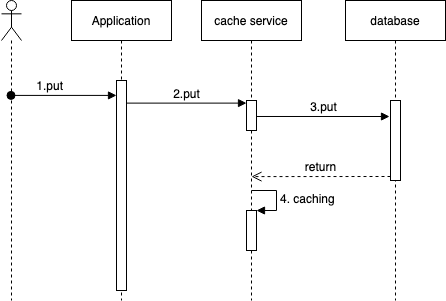
This is Write-Through.png from GallantKong/diagram, a draw.io export, as it was before one commit. Source tidied: cells renumbered, new cells last; positions are measured from the earlier drawing's top-left corner, leaving out a move shared by most shapes.
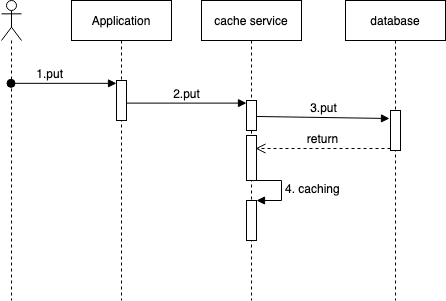
After the commit.

The edit, as a diff of the source:
```diff
@@ -9,7 +9,7 @@
       <mxGeometry x="70" width="100" height="300" as="geometry" />
     </mxCell>
     <mxCell id="4" style="html=1;points=[];perimeter=orthogonalPerimeter;" parent="3" vertex="1">
-      <mxGeometry x="45" y="80" width="10" height="210" as="geometry" />
+      <mxGeometry x="45" y="80" width="10" height="40" as="geometry" />
     </mxCell>
     <mxCell id="5" value="cache service" style="shape=umlLifeline;perimeter=lifelinePerimeter;whiteSpace=wrap;html=1;outlineConnect=0;" parent="1" vertex="1">
       <mxGeometry x="200" width="100" height="300" as="geometry" />
@@ -17,14 +17,17 @@
     <mxCell id="6" style="html=1;points=[];perimeter=orthogonalPerimeter;" parent="5" vertex="1">
       <mxGeometry x="45" y="100" width="10" height="30" as="geometry" />
     </mxCell>
-    <mxCell id="7" style="html=1;points=[];perimeter=orthogonalPerimeter;" parent="5" vertex="1">
-      <mxGeometry x="45" y="210" width="10" height="40" as="geometry" />
-    </mxCell>
+    <mxCell id="15" style="html=1;perimeter=orthogonalPerimeter;" parent="5" vertex="1">
+      <mxGeometry x="45" y="135" width="10" height="45" as="geometry" />
+    </mxCell>
+    <mxCell id="16" style="html=1;points=[];perimeter=orthogonalPerimeter;" parent="5" vertex="1">
+      <mxGeometry x="45" y="200" width="10" height="40" as="geometry" />
+    </mxCell>
-    <mxCell id="8" value="4. caching" style="edgeStyle=orthogonalEdgeStyle;html=1;align=left;spacingLeft=2;endArrow=block;rounded=0;entryX=1;entryY=0;" parent="5" edge="1" target="7">
+    <mxCell id="8" value="4. caching" style="edgeStyle=orthogonalEdgeStyle;html=1;align=left;spacingLeft=2;endArrow=block;rounded=0;entryX=1;entryY=0;" parent="5" edge="1" target="16">
       <mxGeometry relative="1" as="geometry">
-        <mxPoint x="50" y="190" as="sourcePoint" />
+        <mxPoint x="50" y="180" as="sourcePoint" />
         <Array as="points">
-          <mxPoint x="75" y="190" />
+          <mxPoint x="80" y="180" />
         </Array>
       </mxGeometry>
     </mxCell>
@@ -32,7 +35,7 @@
       <mxGeometry x="344" width="100" height="300" as="geometry" />
     </mxCell>
     <mxCell id="10" style="html=1;points=[];perimeter=orthogonalPerimeter;" parent="9" vertex="1">
-      <mxGeometry x="45" y="100" width="10" height="80" as="geometry" />
+      <mxGeometry x="45" y="110" width="10" height="40" as="geometry" />
     </mxCell>
     <mxCell id="11" value="1.put" style="html=1;verticalAlign=bottom;startArrow=oval;endArrow=block;startSize=8;entryX=0;entryY=0.071;entryDx=0;entryDy=0;entryPerimeter=0;align=right;" parent="1" edge="1" source="2" target="4">
       <mxGeometry relative="1" as="geometry" />
@@ -43,8 +46,10 @@
     <mxCell id="13" value="3.put" style="html=1;verticalAlign=bottom;endArrow=block;entryX=-0.1;entryY=0.2;exitX=1;exitY=0.533;exitDx=0;exitDy=0;exitPerimeter=0;entryDx=0;entryDy=0;entryPerimeter=0;" parent="1" edge="1" source="6" target="10">
       <mxGeometry relative="1" as="geometry" />
     </mxCell>
-    <mxCell id="14" value="return" style="html=1;verticalAlign=bottom;endArrow=open;dashed=1;endSize=8;exitX=0;exitY=0.95;entryX=0.5;entryY=0.587;entryDx=0;entryDy=0;entryPerimeter=0;" parent="1" edge="1" source="10" target="5">
-      <mxGeometry relative="1" as="geometry" />
+    <mxCell id="14" value="return" style="html=1;verticalAlign=bottom;endArrow=open;dashed=1;endSize=8;exitX=0;exitY=0.95;" parent="1" edge="1" source="10">
+      <mxGeometry relative="1" as="geometry">
+        <mxPoint x="254" y="148" as="targetPoint" />
+      </mxGeometry>
     </mxCell>
   </root>
 </mxGraphModel>
```
